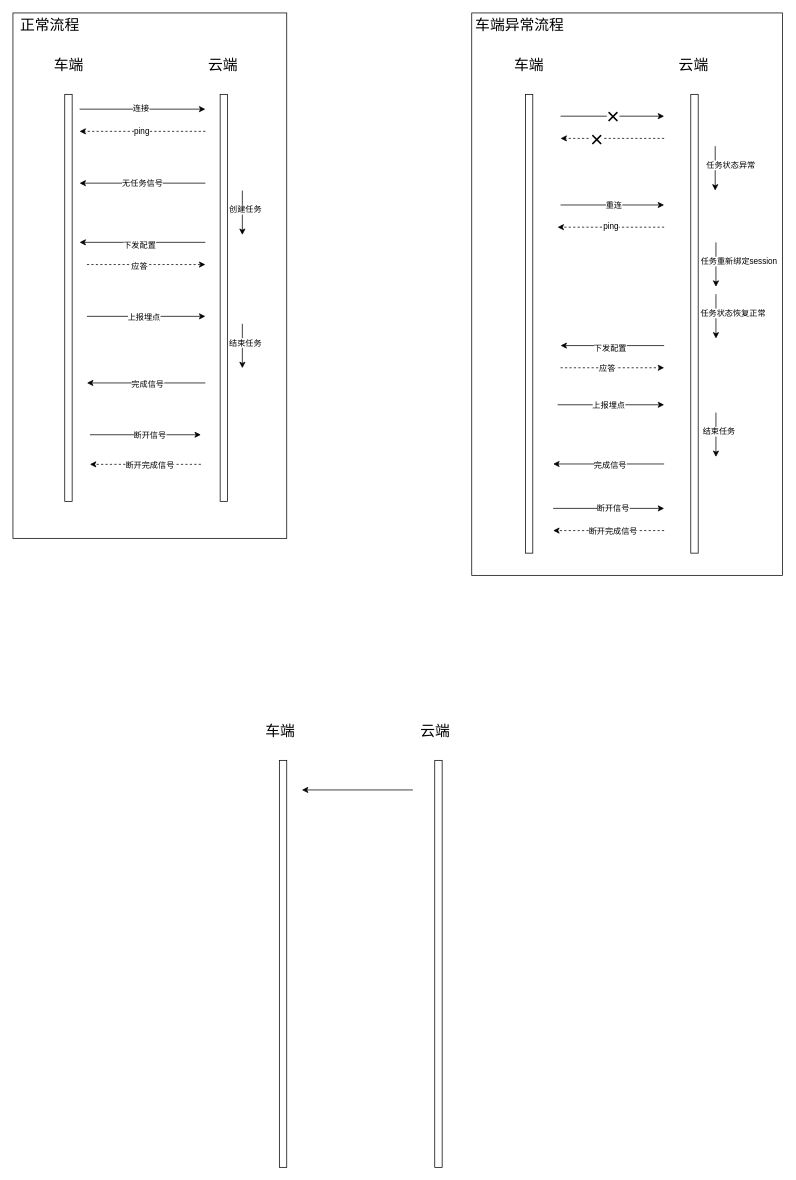
Before: 测试模块-端云交互图.drawio in shaozc3g/draw_io, a draw.io diagram. Source tidied: cells renumbered, new cells numbered last; positions are measured from the earlier drawing's top-left corner, leaving out a move shared by most shapes. Both pictures are drawn from the tidied source at 74%, with x=0, y=0 at pixel (13, 13).
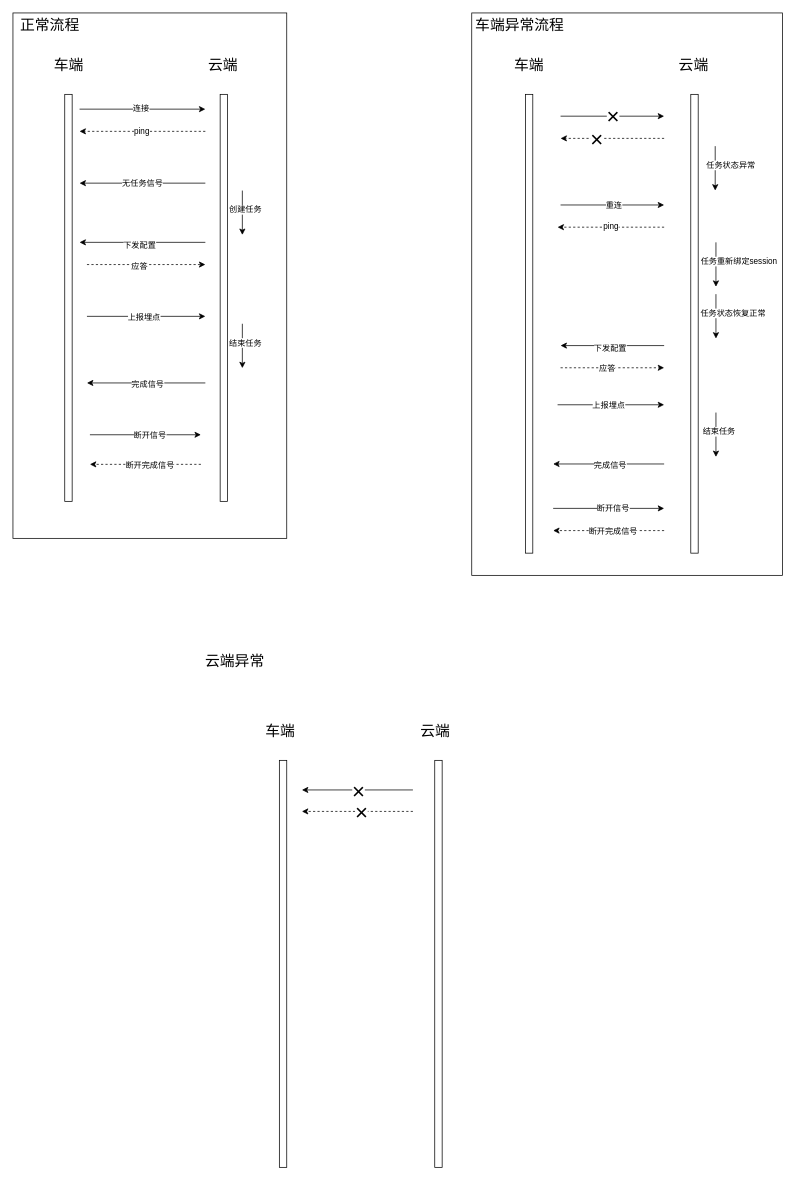
The same page after the edit.

Commit message:
更新测试模块-端云交互图.drawio

What changed in the source:
```diff
@@
+    <mxCell id="69" value="×" style="edgeLabel;html=1;align=center;verticalAlign=middle;fontSize=30;" parent="1" vertex="1">
+      <mxGeometry x="370" y="840" as="geometry">
+        <mxPoint x="96" y="211" as="offset" />
+      </mxGeometry>
+    </mxCell>
+    <mxCell id="70" value="云端异常" style="text;html=1;align=center;verticalAlign=middle;whiteSpace=wrap;rounded=0;fontSize=20;" parent="1" vertex="1">
+      <mxGeometry x="250" y="860" width="100" height="30" as="geometry" />
+    </mxCell>
+    <mxCell id="71" style="endArrow=classic;html=1;rounded=0;dashed=1;" parent="1" edge="1">
+      <mxGeometry relative="1" as="geometry">
+        <mxPoint x="540.5" y="1079" as="sourcePoint" />
+        <mxPoint x="390.5" y="1079" as="targetPoint" />
+      </mxGeometry>
+    </mxCell>
+    <mxCell id="72" value="&lt;span style=&quot;font-size: 30px;&quot;&gt;×&lt;/span&gt;" style="edgeLabel;html=1;align=center;verticalAlign=middle;" parent="71" vertex="1">
+      <mxGeometry x="0.09" y="-1" relative="1" as="geometry">
+        <mxPoint x="12" y="1" as="offset" />
+      </mxGeometry>
+    </mxCell>
```
